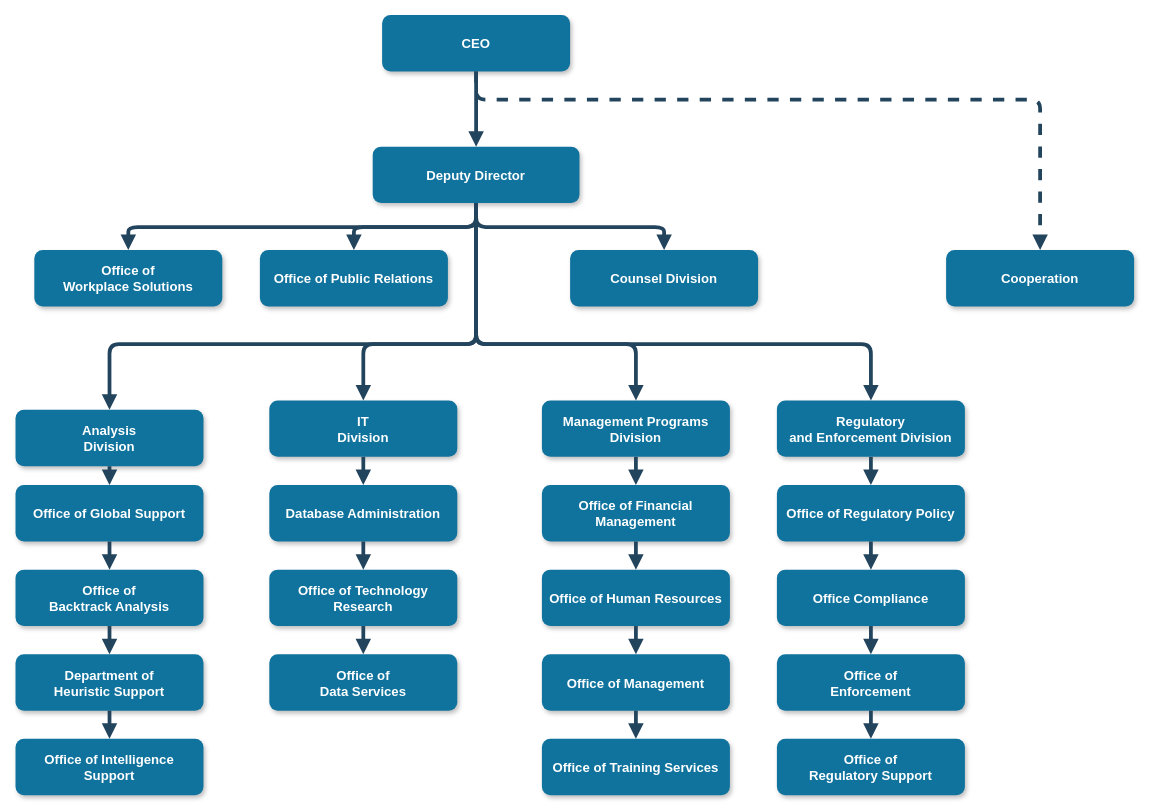
The draw.io diagram 2.drawio in iznilul/A-draw.io, before the edit. Source tidied: cells renumbered, new cells numbered last; positions are measured from the earlier drawing's top-left corner, leaving out a move shared by most shapes. Both pictures are drawn from the tidied source at 94%, with x=0, y=0 at pixel (15, 15).
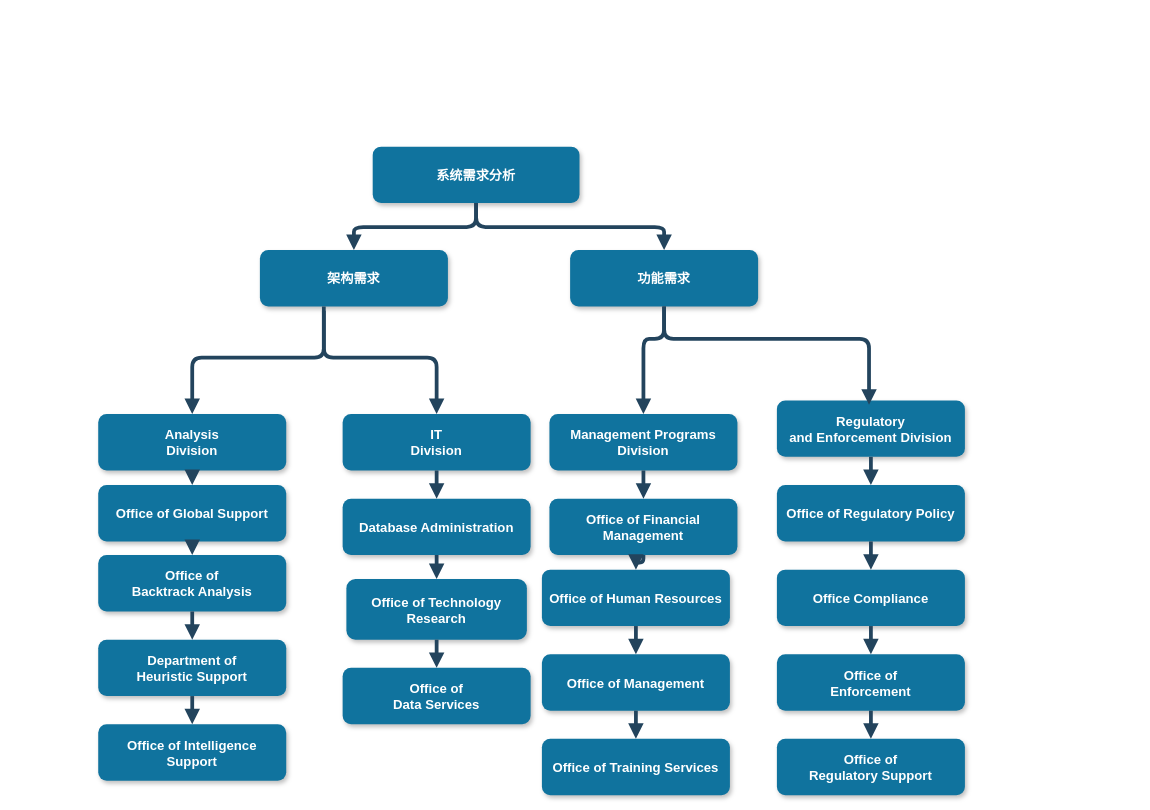
The same diagram, later.

Unchanged cells that the change refers to:
```xml
<mxCell id="22" value="Regulatory &#10;and Enforcement Division" style="rounded=1;fillColor=#10739E;strokeColor=none;shadow=1;gradientColor=none;fontStyle=1;fontColor=#FFFFFF;fontSize=14;" parent="1" vertex="1">
  <mxGeometry x="810" y="409.5" width="200" height="60" as="geometry" />
</mxCell>
```

The edit, as a diff of the source:
```diff
@@
-    <mxCell id="2" value="CEO" style="rounded=1;fillColor=#10739E;strokeColor=none;shadow=1;gradientColor=none;fontStyle=1;fontColor=#FFFFFF;fontSize=14;" parent="1" vertex="1">
-      <mxGeometry x="390" y="-0.5" width="200" height="60" as="geometry" />
-    </mxCell>
-    <mxCell id="3" value="Deputy Director" style="rounded=1;fillColor=#10739E;strokeColor=none;shadow=1;gradientColor=none;fontStyle=1;fontColor=#FFFFFF;fontSize=14;" parent="1" vertex="1">
+    <mxCell id="3" value="系统需求分析" style="rounded=1;fillColor=#10739E;strokeColor=none;shadow=1;gradientColor=none;fontStyle=1;fontColor=#FFFFFF;fontSize=14;" parent="1" vertex="1">
       <mxGeometry x="380" y="139.5" width="220" height="60" as="geometry" />
     </mxCell>
-    <mxCell id="4" value="Office of &#10;Workplace Solutions" style="rounded=1;fillColor=#10739E;strokeColor=none;shadow=1;gradientColor=none;fontStyle=1;fontColor=#FFFFFF;fontSize=14;" parent="1" vertex="1">
-      <mxGeometry x="20" y="249.5" width="200" height="60" as="geometry" />
-    </mxCell>
-    <mxCell id="5" value="Office of Public Relations" style="rounded=1;fillColor=#10739E;strokeColor=none;shadow=1;gradientColor=none;fontStyle=1;fontColor=#FFFFFF;fontSize=14;" parent="1" vertex="1">
+    <mxCell id="5" value="架构需求" style="rounded=1;fillColor=#10739E;strokeColor=none;shadow=1;gradientColor=none;fontStyle=1;fontColor=#FFFFFF;fontSize=14;" parent="1" vertex="1">
       <mxGeometry x="260" y="249.5" width="200" height="60" as="geometry" />
     </mxCell>
-    <mxCell id="6" value="Counsel Division" style="rounded=1;fillColor=#10739E;strokeColor=none;shadow=1;gradientColor=none;fontStyle=1;fontColor=#FFFFFF;fontSize=14;" parent="1" vertex="1">
+    <mxCell id="6" value="功能需求" style="rounded=1;fillColor=#10739E;strokeColor=none;shadow=1;gradientColor=none;fontStyle=1;fontColor=#FFFFFF;fontSize=14;" parent="1" vertex="1">
       <mxGeometry x="590" y="249.5" width="200" height="60" as="geometry" />
     </mxCell>
-    <mxCell id="7" value="Cooperation" style="rounded=1;fillColor=#10739E;strokeColor=none;shadow=1;gradientColor=none;fontStyle=1;fontColor=#FFFFFF;fontSize=14;" parent="1" vertex="1">
-      <mxGeometry x="990" y="249.5" width="200" height="60" as="geometry" />
-    </mxCell>
     <mxCell id="8" value="Analysis &#10;Division" style="rounded=1;fillColor=#10739E;strokeColor=none;shadow=1;gradientColor=none;fontStyle=1;fontColor=#FFFFFF;fontSize=14;" parent="1" vertex="1">
-      <mxGeometry y="419.5" width="200" height="60" as="geometry" />
+      <mxGeometry x="88" y="424" width="200" height="60" as="geometry" />
     </mxCell>
     <mxCell id="9" value="Office of Global Support" style="rounded=1;fillColor=#10739E;strokeColor=none;shadow=1;gradientColor=none;fontStyle=1;fontColor=#FFFFFF;fontSize=14;" parent="1" vertex="1">
-      <mxGeometry y="499.5" width="200" height="60" as="geometry" />
+      <mxGeometry x="88" y="499.5" width="200" height="60" as="geometry" />
     </mxCell>
     <mxCell id="10" value="Office of &#10;Backtrack Analysis" style="rounded=1;fillColor=#10739E;strokeColor=none;shadow=1;gradientColor=none;fontStyle=1;fontColor=#FFFFFF;fontSize=14;" parent="1" vertex="1">
-      <mxGeometry y="589.5" width="200" height="60" as="geometry" />
+      <mxGeometry x="88" y="574" width="200" height="60" as="geometry" />
     </mxCell>
     <mxCell id="11" value="Department of &#10;Heuristic Support" style="rounded=1;fillColor=#10739E;strokeColor=none;shadow=1;gradientColor=none;fontStyle=1;fontColor=#FFFFFF;fontSize=14;" parent="1" vertex="1">
-      <mxGeometry y="679.5" width="200" height="60" as="geometry" />
+      <mxGeometry x="88" y="664" width="200" height="60" as="geometry" />
     </mxCell>
     <mxCell id="12" value="Office of Intelligence &#10;Support" style="rounded=1;fillColor=#10739E;strokeColor=none;shadow=1;gradientColor=none;fontStyle=1;fontColor=#FFFFFF;fontSize=14;" parent="1" vertex="1">
-      <mxGeometry y="769.5" width="200" height="60" as="geometry" />
+      <mxGeometry x="88" y="754" width="200" height="60" as="geometry" />
     </mxCell>
     <mxCell id="13" value="IT&#10;Division" style="rounded=1;fillColor=#10739E;strokeColor=none;shadow=1;gradientColor=none;fontStyle=1;fontColor=#FFFFFF;fontSize=14;" parent="1" vertex="1">
-      <mxGeometry x="270" y="409.5" width="200" height="60" as="geometry" />
+      <mxGeometry x="348" y="424" width="200" height="60" as="geometry" />
     </mxCell>
     <mxCell id="14" value="Database Administration" style="rounded=1;fillColor=#10739E;strokeColor=none;shadow=1;gradientColor=none;fontStyle=1;fontColor=#FFFFFF;fontSize=14;" parent="1" vertex="1">
-      <mxGeometry x="270" y="499.5" width="200" height="60" as="geometry" />
+      <mxGeometry x="348" y="514" width="200" height="60" as="geometry" />
     </mxCell>
     <mxCell id="15" value="Office of Technology &#10;Research" style="rounded=1;fillColor=#10739E;strokeColor=none;shadow=1;gradientColor=none;fontStyle=1;fontColor=#FFFFFF;fontSize=14;" parent="1" vertex="1">
-      <mxGeometry x="270" y="589.5" width="200" height="60" as="geometry" />
+      <mxGeometry x="352" y="599.5" width="192" height="64.5" as="geometry" />
     </mxCell>
     <mxCell id="16" value="Office of&#10;Data Services" style="rounded=1;fillColor=#10739E;strokeColor=none;shadow=1;gradientColor=none;fontStyle=1;fontColor=#FFFFFF;fontSize=14;" parent="1" vertex="1">
-      <mxGeometry x="270" y="679.5" width="200" height="60" as="geometry" />
+      <mxGeometry x="348" y="694" width="200" height="60" as="geometry" />
     </mxCell>
     <mxCell id="17" value="Management Programs &#10;Division" style="rounded=1;fillColor=#10739E;strokeColor=none;shadow=1;gradientColor=none;fontStyle=1;fontColor=#FFFFFF;fontSize=14;" parent="1" vertex="1">
-      <mxGeometry x="560" y="409.5" width="200" height="60" as="geometry" />
+      <mxGeometry x="568" y="424" width="200" height="60" as="geometry" />
     </mxCell>
     <mxCell id="18" value="Office of Financial &#10;Management" style="rounded=1;fillColor=#10739E;strokeColor=none;shadow=1;gradientColor=none;fontStyle=1;fontColor=#FFFFFF;fontSize=14;" parent="1" vertex="1">
-      <mxGeometry x="560" y="499.5" width="200" height="60" as="geometry" />
+      <mxGeometry x="568" y="514" width="200" height="60" as="geometry" />
     </mxCell>
@@
-    <mxCell id="27" style="edgeStyle=elbowEdgeStyle;elbow=vertical;strokeWidth=4;endArrow=block;endFill=1;fontStyle=1;strokeColor=#23445D;" parent="1" edge="1" source="2" target="3">
-      <mxGeometry x="22" y="165.5" as="geometry" />
-    </mxCell>
@@
-    <mxCell id="29" style="edgeStyle=elbowEdgeStyle;elbow=vertical;strokeWidth=4;endArrow=block;endFill=1;fontStyle=1;strokeColor=#23445D;" parent="1" edge="1" source="3" target="4">
-      <mxGeometry x="22" y="165.5" as="geometry" />
-    </mxCell>
@@
-    <mxCell id="31" style="edgeStyle=elbowEdgeStyle;elbow=vertical;strokeWidth=4;endArrow=block;endFill=1;fontStyle=1;dashed=1;strokeColor=#23445D;" parent="1" edge="1" source="2" target="7">
-      <mxGeometry x="22" y="165.5" as="geometry">
-        <Array as="points">
-          <mxPoint x="780" y="89.5" />
-        </Array>
-      </mxGeometry>
-    </mxCell>
-    <mxCell id="32" style="edgeStyle=elbowEdgeStyle;elbow=vertical;strokeWidth=4;endArrow=block;endFill=1;fontStyle=1;strokeColor=#23445D;" parent="1" edge="1" source="3" target="8">
-      <mxGeometry x="22" y="165.5" as="geometry">
-        <Array as="points">
-          <mxPoint x="270" y="349.5" />
-        </Array>
-      </mxGeometry>
-    </mxCell>
-    <mxCell id="33" style="edgeStyle=elbowEdgeStyle;elbow=vertical;strokeWidth=4;endArrow=block;endFill=1;fontStyle=1;strokeColor=#23445D;" parent="1" edge="1" source="3" target="22">
-      <mxGeometry x="22" y="165.5" as="geometry">
-        <Array as="points">
-          <mxPoint x="690" y="349.5" />
-        </Array>
-      </mxGeometry>
-    </mxCell>
@@
-    <mxCell id="49" style="edgeStyle=elbowEdgeStyle;elbow=vertical;strokeWidth=4;endArrow=block;endFill=1;fontStyle=1;strokeColor=#23445D;" parent="1" edge="1" source="3" target="13">
+    <mxCell id="49" style="edgeStyle=elbowEdgeStyle;elbow=vertical;strokeWidth=4;endArrow=block;endFill=1;fontStyle=1;strokeColor=#23445D;entryX=0.5;entryY=0;entryDx=0;entryDy=0;" parent="1" edge="1" target="13">
       <mxGeometry x="22" y="165.5" as="geometry">
+        <mxPoint x="328" y="314" as="sourcePoint" />
         <Array as="points">
+          <mxPoint x="418" y="364" />
           <mxPoint x="370" y="349.5" />
         </Array>
       </mxGeometry>
     </mxCell>
-    <mxCell id="50" style="edgeStyle=elbowEdgeStyle;elbow=vertical;strokeWidth=4;endArrow=block;endFill=1;fontStyle=1;strokeColor=#23445D;" parent="1" edge="1" source="3" target="17">
-      <mxGeometry x="22" y="165.5" as="geometry">
-        <Array as="points">
-          <mxPoint x="660" y="349.5" />
-        </Array>
-      </mxGeometry>
-    </mxCell>
+    <mxCell id="51" style="edgeStyle=elbowEdgeStyle;elbow=vertical;strokeWidth=4;endArrow=block;endFill=1;fontStyle=1;strokeColor=#23445D;entryX=0.5;entryY=0;entryDx=0;entryDy=0;" parent="1" edge="1" target="8">
+      <mxGeometry x="-278" y="185.5" as="geometry">
+        <mxPoint x="328" y="309.5" as="sourcePoint" />
+        <Array as="points">
+          <mxPoint x="308" y="364" />
+          <mxPoint x="70" y="369.5" />
+        </Array>
+      </mxGeometry>
+    </mxCell>
+    <mxCell id="52" style="edgeStyle=elbowEdgeStyle;elbow=vertical;strokeWidth=4;endArrow=block;endFill=1;fontStyle=1;strokeColor=#23445D;exitX=0.5;exitY=1;exitDx=0;exitDy=0;entryX=0.5;entryY=0;entryDx=0;entryDy=0;" parent="1" edge="1" source="6" target="17">
+      <mxGeometry x="322" y="165.5" as="geometry">
+        <Array as="points">
+          <mxPoint x="648" y="344" />
+          <mxPoint x="670" y="349.5" />
+        </Array>
+      </mxGeometry>
+    </mxCell>
+    <mxCell id="53" style="edgeStyle=elbowEdgeStyle;elbow=vertical;strokeWidth=4;endArrow=block;endFill=1;fontStyle=1;strokeColor=#23445D;exitX=0.5;exitY=1;exitDx=0;exitDy=0;" parent="1" edge="1" source="6">
+      <mxGeometry x="562" y="170" as="geometry">
+        <mxPoint x="908" y="414" as="targetPoint" />
+        <Array as="points">
+          <mxPoint x="808" y="344" />
+          <mxPoint x="908" y="348.5" />
+          <mxPoint x="910" y="354" />
+        </Array>
+      </mxGeometry>
+    </mxCell>
```
